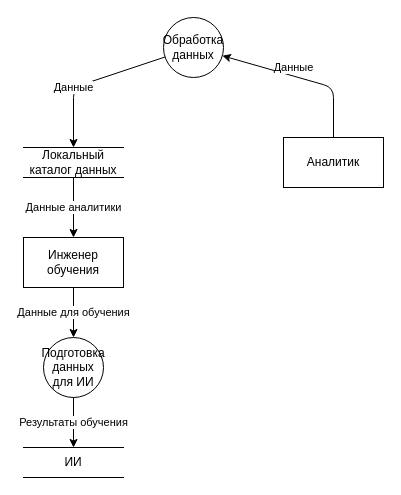
The draw.io diagram Task2/DFD команды исследователей.drawio in sp-prog/architecture-future_2_0, before the edit. Source tidied: cells renumbered, new cells numbered last; positions are measured from the earlier drawing's top-left corner, leaving out a move shared by most shapes. Both pictures are drawn from the tidied source at 100%, with x=0, y=0 at pixel (23, 17).
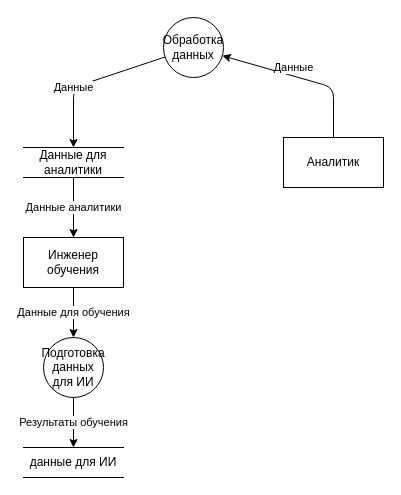
The same diagram, later.

Change to the diagram source:
```diff
@@
 <mxGraphModel>
   <root>
     <mxCell id="0" />
     <mxCell id="1" parent="0" />
     <mxCell id="2" value="Данные аналитики" style="endArrow=classic;html=1;rounded=1;curved=0;" parent="1" edge="1" source="5" target="3">
       <mxGeometry relative="1" as="geometry" />
     </mxCell>
     <mxCell id="3" value="Инженер обучения" style="html=1;dashed=0;whiteSpace=wrap;" parent="1" vertex="1">
       <mxGeometry y="220" width="100" height="50" as="geometry" />
     </mxCell>
     <mxCell id="4" value="Аналитик" style="html=1;dashed=0;whiteSpace=wrap;" parent="1" vertex="1">
       <mxGeometry x="260" y="120" width="100" height="50" as="geometry" />
     </mxCell>
-    <mxCell id="5" value="Локальный каталог данных" style="html=1;dashed=0;whiteSpace=wrap;shape=partialRectangle;right=0;left=0;" parent="1" vertex="1">
+    <mxCell id="5" value="Данные для аналитики" style="html=1;dashed=0;whiteSpace=wrap;shape=partialRectangle;right=0;left=0;" parent="1" vertex="1">
       <mxGeometry y="130" width="100" height="30" as="geometry" />
     </mxCell>
     <mxCell id="6" value="Обработка данных" style="shape=ellipse;html=1;dashed=0;whiteSpace=wrap;perimeter=ellipsePerimeter;" parent="1" vertex="1">
       <mxGeometry x="140" width="60" height="60" as="geometry" />
     </mxCell>
     <mxCell id="7" value="Подготовка данных для ИИ" style="shape=ellipse;html=1;dashed=0;whiteSpace=wrap;perimeter=ellipsePerimeter;" parent="1" vertex="1">
       <mxGeometry x="20" y="320" width="60" height="60" as="geometry" />
     </mxCell>
     <mxCell id="8" value="Данные" style="endArrow=classic;html=1;rounded=1;curved=0;" parent="1" edge="1" source="4" target="6">
       <mxGeometry x="0.13" y="-8" relative="1" as="geometry">
         <Array as="points">
           <mxPoint x="310" y="70" />
         </Array>
       </mxGeometry>
     </mxCell>
     <mxCell id="9" value="Данные" style="endArrow=classic;html=1;rounded=1;curved=0;" parent="1" edge="1" source="6" target="5">
       <mxGeometry x="0.23" relative="1" as="geometry">
         <Array as="points">
           <mxPoint x="50" y="70" />
         </Array>
       </mxGeometry>
     </mxCell>
     <mxCell id="10" value="Данные для обучения" style="endArrow=classic;html=1;rounded=0;" parent="1" edge="1" source="3" target="7">
       <mxGeometry relative="1" as="geometry" />
     </mxCell>
-    <mxCell id="11" value="ИИ" style="html=1;dashed=0;whiteSpace=wrap;shape=partialRectangle;right=0;left=0;" parent="1" vertex="1">
+    <mxCell id="11" value="данные для ИИ" style="html=1;dashed=0;whiteSpace=wrap;shape=partialRectangle;right=0;left=0;" parent="1" vertex="1">
       <mxGeometry y="430" width="100" height="30" as="geometry" />
     </mxCell>
     <mxCell id="12" value="Результаты обучения" style="endArrow=classic;html=1;rounded=0;" parent="1" edge="1" source="7" target="11">
       <mxGeometry relative="1" as="geometry" />
     </mxCell>
   </root>
 </mxGraphModel>
```
